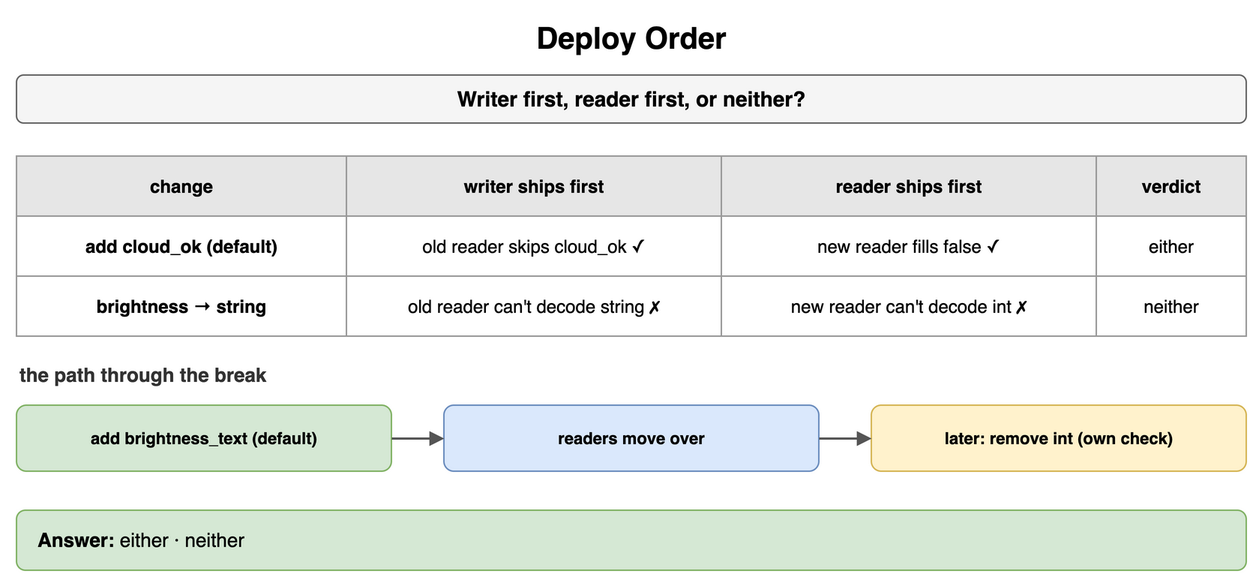
Above: content/09_System_Design_Interview/14_Encoding_Serialization_and_Schema_Evolution/diagrams/encoding-drills-8-deploy-order.png in amendez13/swe-study-guide (draw.io), before the change. Source tidied: cells renumbered, new cells last; positions are measured from the earlier drawing's top-left corner, leaving out a move shared by most shapes. Its diagram source:
```xml
<mxGraphModel>
  <root>
    <mxCell id="0" />
    <mxCell id="1" parent="0" />
    <mxCell id="2" value="Deploy Order" style="text;html=1;align=center;verticalAlign=middle;whiteSpace=wrap;fontSize=20;fontStyle=1;" parent="1" vertex="1">
      <mxGeometry width="820" height="30" as="geometry" />
    </mxCell>
    <mxCell id="3" value="Writer first, reader first, or neither?" style="rounded=1;whiteSpace=wrap;html=1;fillColor=#f5f5f5;strokeColor=#666666;fontStyle=1;fontSize=14;" parent="1" vertex="1">
      <mxGeometry y="40" width="820" height="32" as="geometry" />
    </mxCell>
    <mxCell id="4" value="change" style="whiteSpace=wrap;html=1;fillColor=#e6e6e6;strokeColor=#999999;fontStyle=1;fontSize=12;" parent="1" vertex="1">
      <mxGeometry y="94" width="220" height="40" as="geometry" />
    </mxCell>
    <mxCell id="5" value="writer ships first" style="whiteSpace=wrap;html=1;fillColor=#e6e6e6;strokeColor=#999999;fontStyle=1;fontSize=12;" parent="1" vertex="1">
      <mxGeometry x="220" y="94" width="250" height="40" as="geometry" />
    </mxCell>
    <mxCell id="6" value="reader ships first" style="whiteSpace=wrap;html=1;fillColor=#e6e6e6;strokeColor=#999999;fontStyle=1;fontSize=12;" parent="1" vertex="1">
      <mxGeometry x="470" y="94" width="250" height="40" as="geometry" />
    </mxCell>
    <mxCell id="7" value="verdict" style="whiteSpace=wrap;html=1;fillColor=#e6e6e6;strokeColor=#999999;fontStyle=1;fontSize=12;" parent="1" vertex="1">
      <mxGeometry x="720" y="94" width="100" height="40" as="geometry" />
    </mxCell>
    <mxCell id="8" value="add cloud_ok (default)" style="whiteSpace=wrap;html=1;strokeColor=#999999;fontSize=12;fillColor=#ffffff;fontStyle=1;" parent="1" vertex="1">
      <mxGeometry y="134" width="220" height="40" as="geometry" />
    </mxCell>
    <mxCell id="9" value="old reader skips cloud_ok ✓" style="whiteSpace=wrap;html=1;strokeColor=#999999;fontSize=12;fillColor=#ffffff;" parent="1" vertex="1">
      <mxGeometry x="220" y="134" width="250" height="40" as="geometry" />
    </mxCell>
    <mxCell id="10" value="new reader fills false ✓" style="whiteSpace=wrap;html=1;strokeColor=#999999;fontSize=12;fillColor=#ffffff;" parent="1" vertex="1">
      <mxGeometry x="470" y="134" width="250" height="40" as="geometry" />
    </mxCell>
    <mxCell id="11" value="either" style="whiteSpace=wrap;html=1;strokeColor=#999999;fontSize=12;fillColor=#ffffff;" parent="1" vertex="1">
      <mxGeometry x="720" y="134" width="100" height="40" as="geometry" />
    </mxCell>
    <mxCell id="12" value="brightness → string" style="whiteSpace=wrap;html=1;strokeColor=#999999;fontSize=12;fillColor=#ffffff;fontStyle=1;" parent="1" vertex="1">
      <mxGeometry y="174" width="220" height="40" as="geometry" />
    </mxCell>
    <mxCell id="13" value="old reader can't decode string ✗" style="whiteSpace=wrap;html=1;strokeColor=#999999;fontSize=12;fillColor=#ffffff;" parent="1" vertex="1">
      <mxGeometry x="220" y="174" width="250" height="40" as="geometry" />
    </mxCell>
    <mxCell id="14" value="new reader can't decode int ✗" style="whiteSpace=wrap;html=1;strokeColor=#999999;fontSize=12;fillColor=#ffffff;" parent="1" vertex="1">
      <mxGeometry x="470" y="174" width="250" height="40" as="geometry" />
    </mxCell>
    <mxCell id="15" value="neither" style="whiteSpace=wrap;html=1;strokeColor=#999999;fontSize=12;fillColor=#ffffff;" parent="1" vertex="1">
      <mxGeometry x="720" y="174" width="100" height="40" as="geometry" />
    </mxCell>
    <mxCell id="16" value="the path through the break" style="text;html=1;whiteSpace=wrap;fontSize=11;align=left;verticalAlign=middle;fontSize=13;fontColor=#333333;fontStyle=1;" parent="1" vertex="1">
      <mxGeometry y="230" width="400" height="20" as="geometry" />
    </mxCell>
    <mxCell id="17" value="add brightness_text (default)" style="rounded=1;whiteSpace=wrap;html=1;fillColor=#d5e8d4;strokeColor=#82b366;fontSize=11;align=center;fontStyle=1;" parent="1" vertex="1">
      <mxGeometry y="260" width="250" height="44" as="geometry" />
    </mxCell>
    <mxCell id="18" value="readers move over" style="rounded=1;whiteSpace=wrap;html=1;fillColor=#dae8fc;strokeColor=#6c8ebf;fontSize=11;align=center;fontStyle=1;" parent="1" vertex="1">
      <mxGeometry x="285" y="260" width="250" height="44" as="geometry" />
    </mxCell>
    <mxCell id="19" value="later: remove int (own check)" style="rounded=1;whiteSpace=wrap;html=1;fillColor=#fff2cc;strokeColor=#d6b656;fontSize=11;align=center;fontStyle=1;" parent="1" vertex="1">
      <mxGeometry x="570" y="260" width="250" height="44" as="geometry" />
    </mxCell>
    <mxCell id="20" style="endArrow=block;endSize=6;html=1;strokeWidth=1.5;strokeColor=#555555;fontSize=11;labelBackgroundColor=#ffffff;" parent="1" edge="1" source="17" target="18">
      <mxGeometry relative="1" as="geometry" />
    </mxCell>
    <mxCell id="21" style="endArrow=block;endSize=6;html=1;strokeWidth=1.5;strokeColor=#555555;fontSize=11;labelBackgroundColor=#ffffff;" parent="1" edge="1" source="18" target="19">
      <mxGeometry relative="1" as="geometry" />
    </mxCell>
    <mxCell id="22" value="&lt;b&gt;Answer:&lt;/b&gt; either · neither" style="rounded=1;whiteSpace=wrap;html=1;fillColor=#d5e8d4;strokeColor=#82b366;fontSize=13;align=left;spacingLeft=12;" parent="1" vertex="1">
      <mxGeometry y="330" width="820" height="40" as="geometry" />
    </mxCell>
  </root>
</mxGraphModel>
```
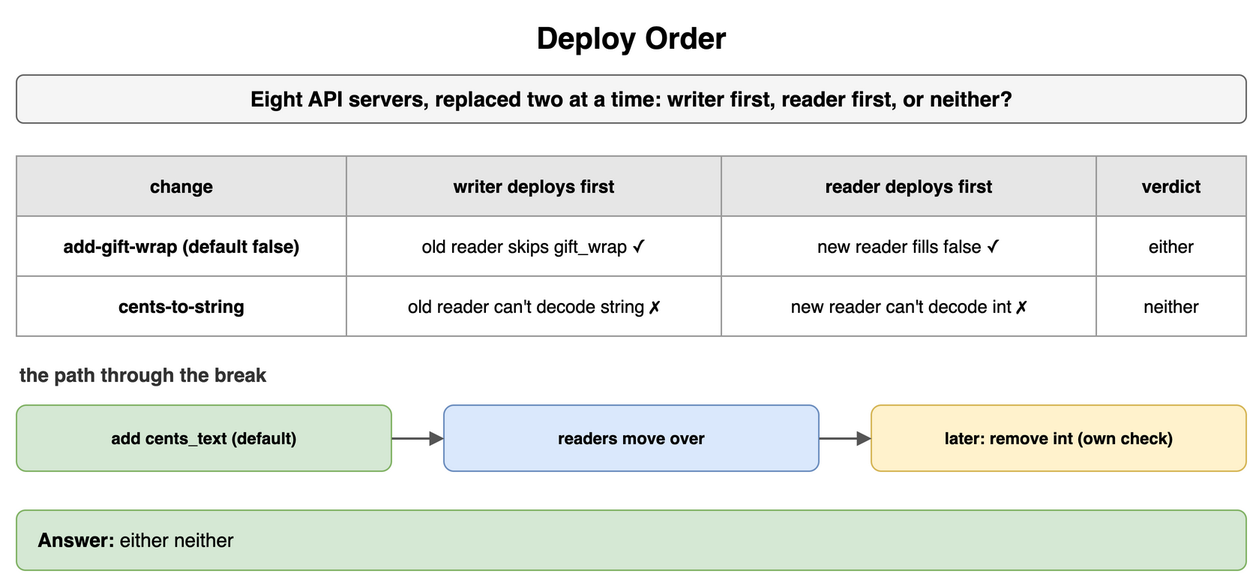
Later version of the same file.

Diff of the diagram source:
```diff
@@ -5,25 +5,25 @@
     <mxCell id="2" value="Deploy Order" style="text;html=1;align=center;verticalAlign=middle;whiteSpace=wrap;fontSize=20;fontStyle=1;" parent="1" vertex="1">
       <mxGeometry width="820" height="30" as="geometry" />
     </mxCell>
-    <mxCell id="3" value="Writer first, reader first, or neither?" style="rounded=1;whiteSpace=wrap;html=1;fillColor=#f5f5f5;strokeColor=#666666;fontStyle=1;fontSize=14;" parent="1" vertex="1">
+    <mxCell id="3" value="Eight API servers, replaced two at a time: writer first, reader first, or neither?" style="rounded=1;whiteSpace=wrap;html=1;fillColor=#f5f5f5;strokeColor=#666666;fontStyle=1;fontSize=14;" parent="1" vertex="1">
       <mxGeometry y="40" width="820" height="32" as="geometry" />
     </mxCell>
     <mxCell id="4" value="change" style="whiteSpace=wrap;html=1;fillColor=#e6e6e6;strokeColor=#999999;fontStyle=1;fontSize=12;" parent="1" vertex="1">
       <mxGeometry y="94" width="220" height="40" as="geometry" />
     </mxCell>
-    <mxCell id="5" value="writer ships first" style="whiteSpace=wrap;html=1;fillColor=#e6e6e6;strokeColor=#999999;fontStyle=1;fontSize=12;" parent="1" vertex="1">
+    <mxCell id="5" value="writer deploys first" style="whiteSpace=wrap;html=1;fillColor=#e6e6e6;strokeColor=#999999;fontStyle=1;fontSize=12;" parent="1" vertex="1">
       <mxGeometry x="220" y="94" width="250" height="40" as="geometry" />
     </mxCell>
-    <mxCell id="6" value="reader ships first" style="whiteSpace=wrap;html=1;fillColor=#e6e6e6;strokeColor=#999999;fontStyle=1;fontSize=12;" parent="1" vertex="1">
+    <mxCell id="6" value="reader deploys first" style="whiteSpace=wrap;html=1;fillColor=#e6e6e6;strokeColor=#999999;fontStyle=1;fontSize=12;" parent="1" vertex="1">
       <mxGeometry x="470" y="94" width="250" height="40" as="geometry" />
     </mxCell>
     <mxCell id="7" value="verdict" style="whiteSpace=wrap;html=1;fillColor=#e6e6e6;strokeColor=#999999;fontStyle=1;fontSize=12;" parent="1" vertex="1">
       <mxGeometry x="720" y="94" width="100" height="40" as="geometry" />
     </mxCell>
-    <mxCell id="8" value="add cloud_ok (default)" style="whiteSpace=wrap;html=1;strokeColor=#999999;fontSize=12;fillColor=#ffffff;fontStyle=1;" parent="1" vertex="1">
+    <mxCell id="8" value="add-gift-wrap (default false)" style="whiteSpace=wrap;html=1;strokeColor=#999999;fontSize=12;fillColor=#ffffff;fontStyle=1;" parent="1" vertex="1">
       <mxGeometry y="134" width="220" height="40" as="geometry" />
     </mxCell>
-    <mxCell id="9" value="old reader skips cloud_ok ✓" style="whiteSpace=wrap;html=1;strokeColor=#999999;fontSize=12;fillColor=#ffffff;" parent="1" vertex="1">
+    <mxCell id="9" value="old reader skips gift_wrap ✓" style="whiteSpace=wrap;html=1;strokeColor=#999999;fontSize=12;fillColor=#ffffff;" parent="1" vertex="1">
       <mxGeometry x="220" y="134" width="250" height="40" as="geometry" />
     </mxCell>
     <mxCell id="10" value="new reader fills false ✓" style="whiteSpace=wrap;html=1;strokeColor=#999999;fontSize=12;fillColor=#ffffff;" parent="1" vertex="1">
@@ -32,7 +32,7 @@
     <mxCell id="11" value="either" style="whiteSpace=wrap;html=1;strokeColor=#999999;fontSize=12;fillColor=#ffffff;" parent="1" vertex="1">
       <mxGeometry x="720" y="134" width="100" height="40" as="geometry" />
     </mxCell>
-    <mxCell id="12" value="brightness → string" style="whiteSpace=wrap;html=1;strokeColor=#999999;fontSize=12;fillColor=#ffffff;fontStyle=1;" parent="1" vertex="1">
+    <mxCell id="12" value="cents-to-string" style="whiteSpace=wrap;html=1;strokeColor=#999999;fontSize=12;fillColor=#ffffff;fontStyle=1;" parent="1" vertex="1">
       <mxGeometry y="174" width="220" height="40" as="geometry" />
     </mxCell>
     <mxCell id="13" value="old reader can't decode string ✗" style="whiteSpace=wrap;html=1;strokeColor=#999999;fontSize=12;fillColor=#ffffff;" parent="1" vertex="1">
@@ -47,7 +47,7 @@
     <mxCell id="16" value="the path through the break" style="text;html=1;whiteSpace=wrap;fontSize=11;align=left;verticalAlign=middle;fontSize=13;fontColor=#333333;fontStyle=1;" parent="1" vertex="1">
       <mxGeometry y="230" width="400" height="20" as="geometry" />
     </mxCell>
-    <mxCell id="17" value="add brightness_text (default)" style="rounded=1;whiteSpace=wrap;html=1;fillColor=#d5e8d4;strokeColor=#82b366;fontSize=11;align=center;fontStyle=1;" parent="1" vertex="1">
+    <mxCell id="17" value="add cents_text (default)" style="rounded=1;whiteSpace=wrap;html=1;fillColor=#d5e8d4;strokeColor=#82b366;fontSize=11;align=center;fontStyle=1;" parent="1" vertex="1">
       <mxGeometry y="260" width="250" height="44" as="geometry" />
     </mxCell>
     <mxCell id="18" value="readers move over" style="rounded=1;whiteSpace=wrap;html=1;fillColor=#dae8fc;strokeColor=#6c8ebf;fontSize=11;align=center;fontStyle=1;" parent="1" vertex="1">
@@ -62,7 +62,7 @@
     <mxCell id="21" style="endArrow=block;endSize=6;html=1;strokeWidth=1.5;strokeColor=#555555;fontSize=11;labelBackgroundColor=#ffffff;" parent="1" edge="1" source="18" target="19">
       <mxGeometry relative="1" as="geometry" />
     </mxCell>
-    <mxCell id="22" value="&lt;b&gt;Answer:&lt;/b&gt; either · neither" style="rounded=1;whiteSpace=wrap;html=1;fillColor=#d5e8d4;strokeColor=#82b366;fontSize=13;align=left;spacingLeft=12;" parent="1" vertex="1">
+    <mxCell id="22" value="&lt;b&gt;Answer:&lt;/b&gt; either neither" style="rounded=1;whiteSpace=wrap;html=1;fillColor=#d5e8d4;strokeColor=#82b366;fontSize=13;align=left;spacingLeft=12;" parent="1" vertex="1">
       <mxGeometry y="330" width="820" height="40" as="geometry" />
     </mxCell>
   </root>
```
